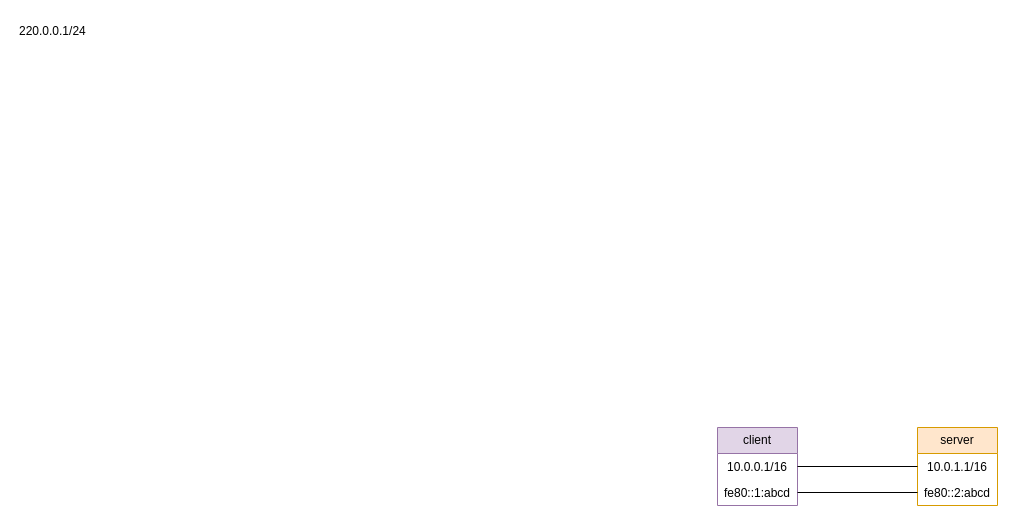
This is page "webserver" (3 of 4) of networks.drawio from buginga/Course_Project_CS536, a draw.io file, before an edit. Source tidied: cells renumbered, new cells numbered last; positions are measured from the earlier drawing's top-left corner, leaving out a move shared by most shapes. Both pictures are drawn from the tidied source at 100%, with x=0, y=0 at pixel (17, 17).
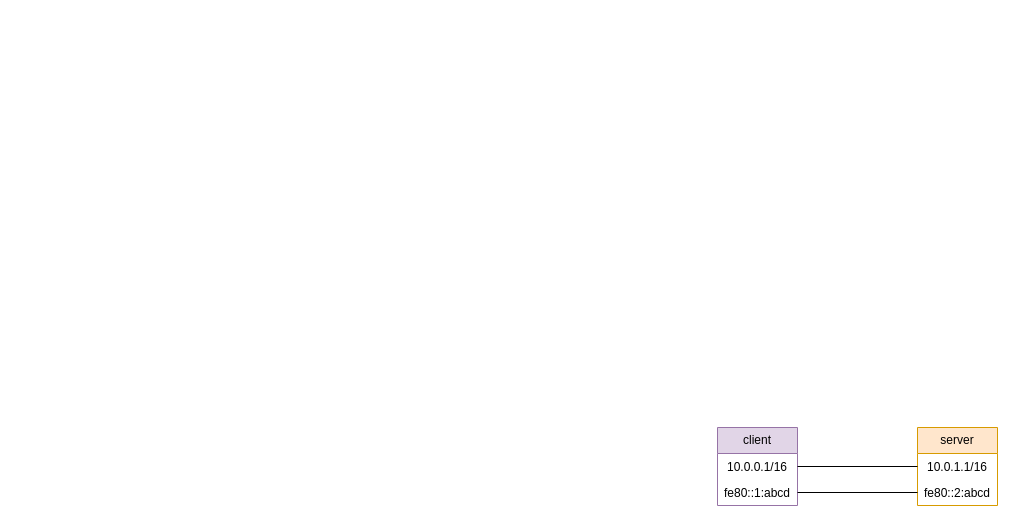
The same diagram, later.

The edit, as a diff of the source:
```diff
@@
 <mxGraphModel>
   <root>
     <mxCell id="0" />
     <mxCell id="1" parent="0" />
-    <mxCell id="2" value="220.0.0.1/24" style="text;whiteSpace=wrap;" parent="1" vertex="1">
-      <mxGeometry width="100" height="40" as="geometry" />
-    </mxCell>
     <mxCell id="3" value="client" style="swimlane;fontStyle=0;horizontal=1;startSize=26;fillColor=#e1d5e7;whiteSpace=wrap;html=1;strokeColor=#9673a6;" parent="1" vertex="1">
       <mxGeometry x="700" y="410" width="80" height="78" as="geometry" />
     </mxCell>
     <mxCell id="4" value="10.0.0.1/16" style="text;strokeColor=none;fillColor=none;align=center;verticalAlign=top;spacingLeft=4;spacingRight=4;overflow=hidden;points=[[0,0.5],[1,0.5]];portConstraint=eastwest;whiteSpace=wrap;html=1;" parent="3" vertex="1">
       <mxGeometry y="26" width="80" height="26" as="geometry" />
     </mxCell>
     <mxCell id="5" value="fe80::1:abcd" style="text;strokeColor=none;fillColor=none;align=center;verticalAlign=top;spacingLeft=4;spacingRight=4;overflow=hidden;points=[[0,0.5],[1,0.5]];portConstraint=eastwest;whiteSpace=wrap;html=1;" parent="3" vertex="1">
       <mxGeometry y="52" width="80" height="26" as="geometry" />
     </mxCell>
     <mxCell id="6" value="server" style="swimlane;fontStyle=0;horizontal=1;startSize=26;fillColor=#ffe6cc;whiteSpace=wrap;html=1;strokeColor=#d79b00;" parent="1" vertex="1">
       <mxGeometry x="900" y="410" width="80" height="78" as="geometry" />
     </mxCell>
     <mxCell id="7" value="10.0.1.1/16" style="text;strokeColor=none;fillColor=none;align=center;verticalAlign=top;spacingLeft=4;spacingRight=4;overflow=hidden;points=[[0,0.5],[1,0.5]];portConstraint=eastwest;whiteSpace=wrap;html=1;" parent="6" vertex="1">
       <mxGeometry y="26" width="80" height="26" as="geometry" />
     </mxCell>
     <mxCell id="8" value="fe80::2:abcd" style="text;strokeColor=none;fillColor=none;align=center;verticalAlign=top;spacingLeft=4;spacingRight=4;overflow=hidden;points=[[0,0.5],[1,0.5]];portConstraint=eastwest;whiteSpace=wrap;html=1;" parent="6" vertex="1">
       <mxGeometry y="52" width="80" height="26" as="geometry" />
     </mxCell>
     <mxCell id="9" style="edgeStyle=orthogonalEdgeStyle;rounded=0;jettySize=auto;html=1;exitX=1;exitY=0.5;exitDx=0;exitDy=0;entryX=0;entryY=0.5;entryDx=0;entryDy=0;endArrow=none;endFill=0;" parent="1" edge="1" source="4" target="7">
       <mxGeometry relative="1" as="geometry" />
     </mxCell>
     <mxCell id="10" style="edgeStyle=orthogonalEdgeStyle;rounded=0;jettySize=auto;html=1;exitX=1;exitY=0.5;exitDx=0;exitDy=0;endArrow=none;endFill=0;" parent="1" edge="1" source="5" target="8">
       <mxGeometry relative="1" as="geometry" />
     </mxCell>
   </root>
 </mxGraphModel>
```
